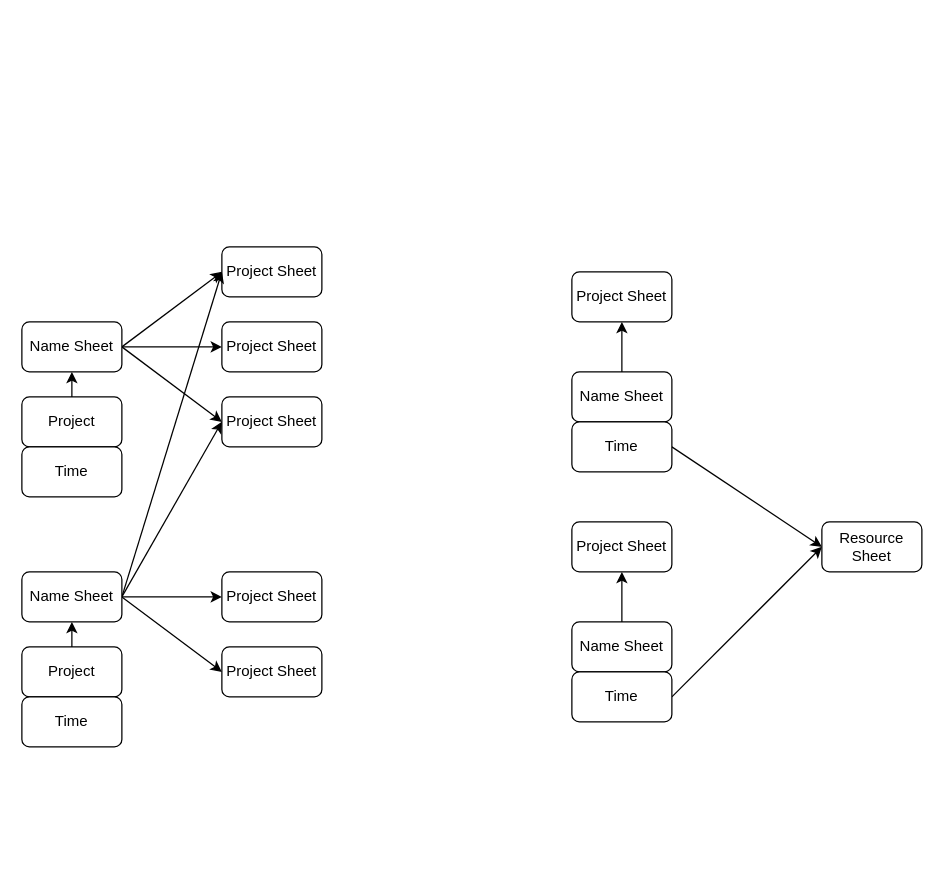
This is 제목 없는 다이어그램.drawio from EdwardsKorea/CommonDrawIO, a draw.io file, before an edit. Source tidied: cells renumbered, new cells numbered last; positions are measured from the earlier drawing's top-left corner, leaving out a move shared by most shapes. Both pictures are drawn from the tidied source at 125%, with x=0, y=0 at pixel (21, 246).
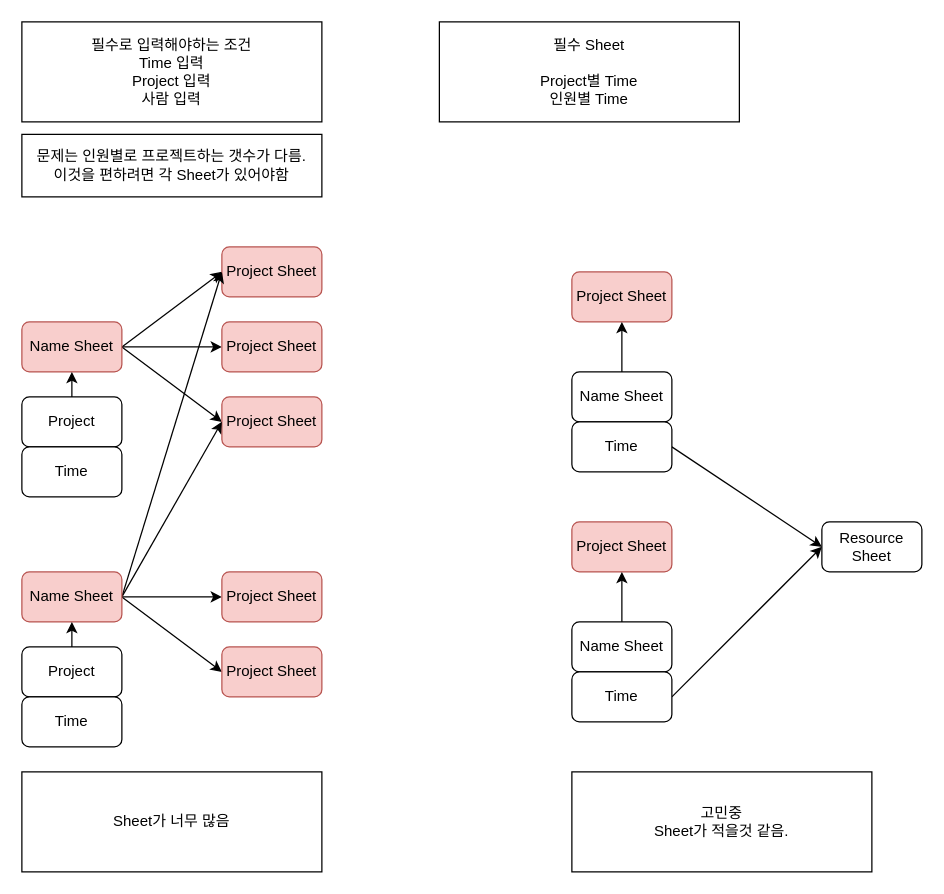
The same page after the edit.

Commit message:
제목 없는 다이어그램.drawio 업데이트

The edit, as a diff of the source:
```diff
@@
-    <mxCell id="5" value="Name Sheet" style="rounded=1;whiteSpace=wrap;html=1;" parent="1" vertex="1">
+    <mxCell id="5" value="Name Sheet" style="rounded=1;whiteSpace=wrap;html=1;fillColor=#f8cecc;strokeColor=#b85450;" parent="1" vertex="1">
       <mxGeometry y="60" width="80" height="40" as="geometry" />
     </mxCell>
@@
-    <mxCell id="9" value="Project Sheet" style="rounded=1;whiteSpace=wrap;html=1;" parent="1" vertex="1">
+    <mxCell id="9" value="Project Sheet" style="rounded=1;whiteSpace=wrap;html=1;fillColor=#f8cecc;strokeColor=#b85450;" parent="1" vertex="1">
       <mxGeometry x="160" y="60" width="80" height="40" as="geometry" />
     </mxCell>
-    <mxCell id="10" value="Project Sheet" style="rounded=1;whiteSpace=wrap;html=1;" parent="1" vertex="1">
+    <mxCell id="10" value="Project Sheet" style="rounded=1;whiteSpace=wrap;html=1;fillColor=#f8cecc;strokeColor=#b85450;" parent="1" vertex="1">
       <mxGeometry x="160" y="120" width="80" height="40" as="geometry" />
     </mxCell>
-    <mxCell id="11" value="Project Sheet" style="rounded=1;whiteSpace=wrap;html=1;" parent="1" vertex="1">
+    <mxCell id="11" value="Project Sheet" style="rounded=1;whiteSpace=wrap;html=1;fillColor=#f8cecc;strokeColor=#b85450;" parent="1" vertex="1">
       <mxGeometry x="160" width="80" height="40" as="geometry" />
     </mxCell>
@@
-    <mxCell id="16" value="Name Sheet" style="rounded=1;whiteSpace=wrap;html=1;" parent="1" vertex="1">
+    <mxCell id="16" value="Name Sheet" style="rounded=1;whiteSpace=wrap;html=1;fillColor=#f8cecc;strokeColor=#b85450;" parent="1" vertex="1">
       <mxGeometry y="260" width="80" height="40" as="geometry" />
     </mxCell>
@@
-    <mxCell id="20" value="Project Sheet" style="rounded=1;whiteSpace=wrap;html=1;" parent="1" vertex="1">
+    <mxCell id="20" value="Project Sheet" style="rounded=1;whiteSpace=wrap;html=1;fillColor=#f8cecc;strokeColor=#b85450;" parent="1" vertex="1">
       <mxGeometry x="160" y="260" width="80" height="40" as="geometry" />
     </mxCell>
-    <mxCell id="21" value="Project Sheet" style="rounded=1;whiteSpace=wrap;html=1;" parent="1" vertex="1">
+    <mxCell id="21" value="Project Sheet" style="rounded=1;whiteSpace=wrap;html=1;fillColor=#f8cecc;strokeColor=#b85450;" parent="1" vertex="1">
       <mxGeometry x="160" y="320" width="80" height="40" as="geometry" />
     </mxCell>
-    <mxCell id="22" value="Project Sheet" style="rounded=1;whiteSpace=wrap;html=1;" parent="1" vertex="1">
+    <mxCell id="22" value="Project Sheet" style="rounded=1;whiteSpace=wrap;html=1;fillColor=#f8cecc;strokeColor=#b85450;" parent="1" vertex="1">
       <mxGeometry x="440" y="20" width="80" height="40" as="geometry" />
     </mxCell>
@@
-    <mxCell id="27" value="Project Sheet" style="rounded=1;whiteSpace=wrap;html=1;" parent="1" vertex="1">
+    <mxCell id="27" value="Project Sheet" style="rounded=1;whiteSpace=wrap;html=1;fillColor=#f8cecc;strokeColor=#b85450;" parent="1" vertex="1">
       <mxGeometry x="440" y="220" width="80" height="40" as="geometry" />
     </mxCell>
@@
+    <mxCell id="33" value="Sheet가 너무 많음" style="rounded=0;whiteSpace=wrap;html=1;" parent="1" vertex="1">
+      <mxGeometry y="420" width="240" height="80" as="geometry" />
+    </mxCell>
+    <mxCell id="34" value="고민중&lt;br&gt;Sheet가 적을것 같음.&lt;br&gt;" style="rounded=0;whiteSpace=wrap;html=1;" parent="1" vertex="1">
+      <mxGeometry x="440" y="420" width="240" height="80" as="geometry" />
+    </mxCell>
+    <mxCell id="35" value="필수로 입력해야하는 조건&lt;br&gt;Time 입력&lt;br&gt;Project 입력&lt;br&gt;사람 입력" style="rounded=0;whiteSpace=wrap;html=1;" parent="1" vertex="1">
+      <mxGeometry y="-180" width="240" height="80" as="geometry" />
+    </mxCell>
+    <mxCell id="36" value="필수 Sheet&lt;br&gt;&lt;br&gt;Project별 Time&lt;br&gt;인원별 Time" style="rounded=0;whiteSpace=wrap;html=1;" parent="1" vertex="1">
+      <mxGeometry x="334" y="-180" width="240" height="80" as="geometry" />
+    </mxCell>
+    <mxCell id="37" value="문제는 인원별로 프로젝트하는 갯수가 다름.&lt;br&gt;이것을 편하려면 각 Sheet가 있어야함" style="rounded=0;whiteSpace=wrap;html=1;" parent="1" vertex="1">
+      <mxGeometry y="-90" width="240" height="50" as="geometry" />
+    </mxCell>
```
